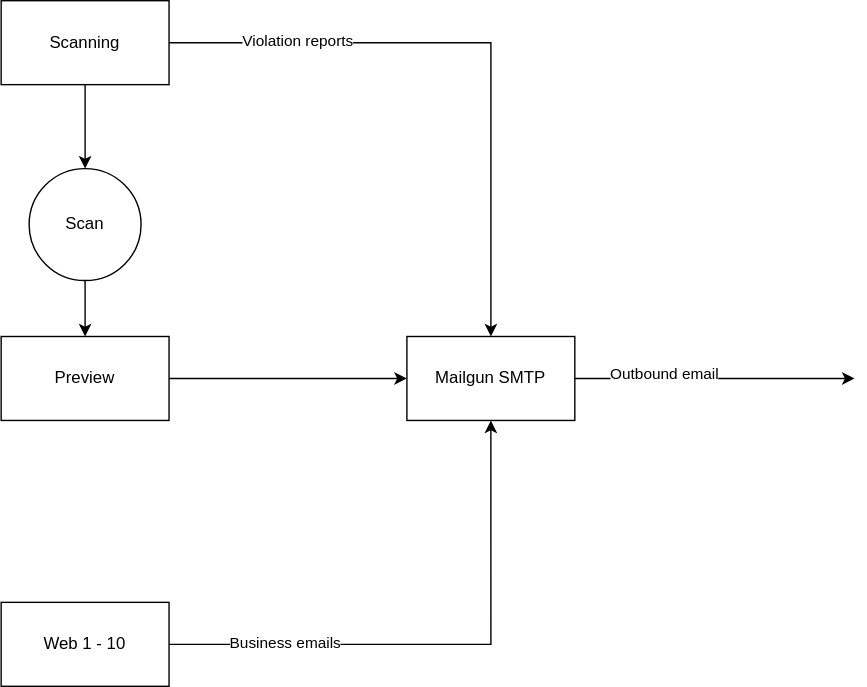
This is mailgununderstanding.svg from vjavle/invoicecloud, a draw.io export, as it was before one commit. Source tidied: cells renumbered, new cells last; positions are measured from the earlier drawing's top-left corner, leaving out a move shared by most shapes.
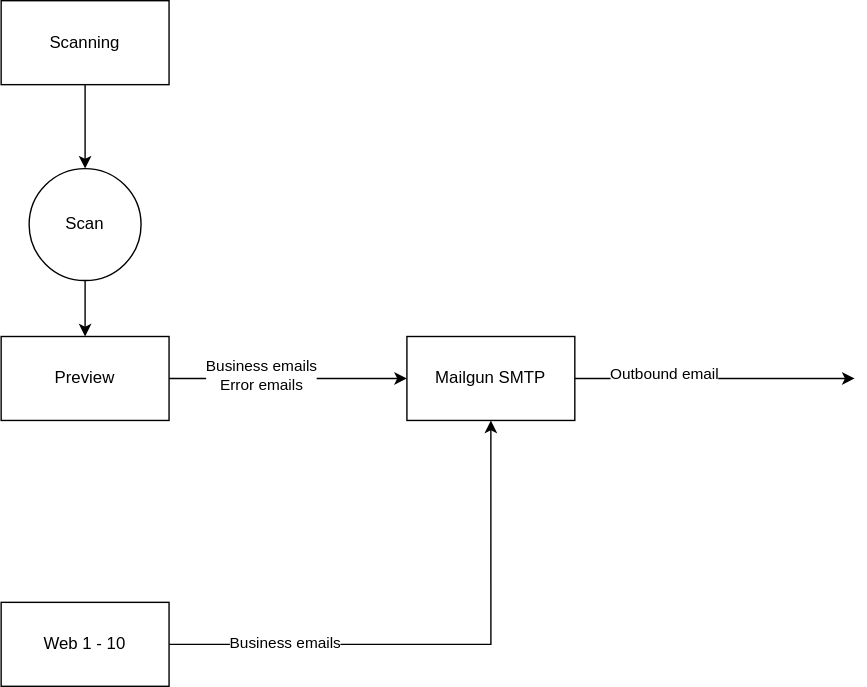
The same file after the commit.

The edit, as a diff of the source:
```diff
@@ -5,6 +5,9 @@
     <mxCell id="2" style="edgeStyle=orthogonalEdgeStyle;rounded=0;jettySize=auto;html=1;" parent="1" edge="1" source="3" target="13">
       <mxGeometry relative="1" as="geometry" />
     </mxCell>
+    <mxCell id="16" value="Business emails&lt;br&gt;Error emails" style="edgeLabel;html=1;align=center;verticalAlign=middle;" parent="2" vertex="1">
+      <mxGeometry x="-0.23" y="2" relative="1" as="geometry" />
+    </mxCell>
     <mxCell id="3" value="Preview" style="rounded=0;whiteSpace=wrap;html=1;" parent="1" vertex="1">
       <mxGeometry y="240" width="120" height="60" as="geometry" />
     </mxCell>
@@ -17,12 +20,6 @@
     <mxCell id="6" value="Web 1 - 10" style="rounded=0;whiteSpace=wrap;html=1;" parent="1" vertex="1">
       <mxGeometry y="430" width="120" height="60" as="geometry" />
     </mxCell>
-    <mxCell id="7" style="edgeStyle=orthogonalEdgeStyle;rounded=0;jettySize=auto;html=1;" parent="1" edge="1" source="10" target="13">
-      <mxGeometry relative="1" as="geometry" />
-    </mxCell>
-    <mxCell id="8" value="Violation reports" style="edgeLabel;html=1;align=center;verticalAlign=middle;" parent="7" vertex="1">
-      <mxGeometry x="-0.58" y="1" relative="1" as="geometry" />
-    </mxCell>
     <mxCell id="9" style="edgeStyle=orthogonalEdgeStyle;rounded=0;jettySize=auto;html=1;" parent="1" edge="1" source="10" target="15">
       <mxGeometry relative="1" as="geometry" />
     </mxCell>
```
